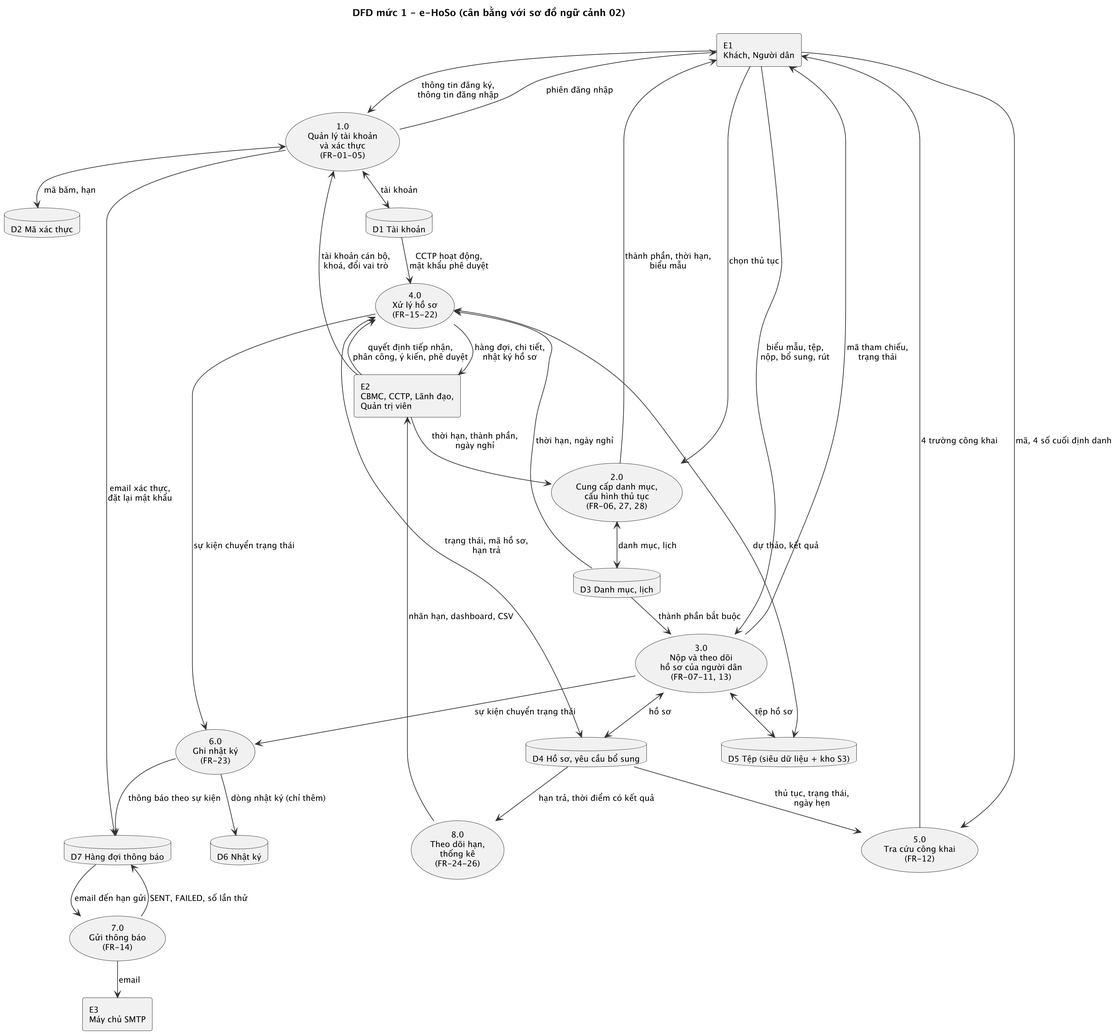
Before: docs/design/uml/14_dfd_muc1.png, a diagram exported from PlantUML (cachuabi/e-hoso). Its diagram source:
```plantuml
@startuml 14_dfd_muc1
!pragma layout smetana
skinparam shadowing false
skinparam dpi 192
skinparam monochrome true
skinparam defaultFontName "Liberation Sans"
skinparam defaultFontSize 12
skinparam roundCorner 6
skinparam ArrowColor #333333
skinparam BackgroundColor white
title DFD mức 1 - e-HoSo (cân bằng với sơ đồ ngữ cảnh 02)
rectangle "E1\nKhách, Người dân" as E1
rectangle "E2\nCBMC, CCTP, Lãnh đạo,\nQuản trị viên" as E2
rectangle "E3\nMáy chủ SMTP" as E3

usecase "1.0\nQuản lý tài khoản\nvà xác thực\n(FR-01-05)" as P1
usecase "2.0\nCung cấp danh mục,\ncấu hình thủ tục\n(FR-06, 27, 28)" as P2
usecase "3.0\nNộp và theo dõi\nhồ sơ của người dân\n(FR-07-11, 13)" as P3
usecase "4.0\nXử lý hồ sơ\n(FR-15-22)" as P4
usecase "5.0\nTra cứu công khai\n(FR-12)" as P5
usecase "6.0\nGhi nhật ký\n(FR-23)" as P6
usecase "7.0\nGửi thông báo\n(FR-14)" as P7
usecase "8.0\nTheo dõi hạn,\nthống kê\n(FR-24-26)" as P8

database "D1 Tài khoản" as D1
database "D2 Mã xác thực" as D2
database "D3 Danh mục, lịch" as D3
database "D4 Hồ sơ, yêu cầu bổ sung" as D4
database "D5 Tệp (siêu dữ liệu + kho S3)" as D5
database "D6 Nhật ký" as D6
database "D7 Hàng đợi thông báo" as D7

E1 --> P1 : thông tin đăng ký,\nthông tin đăng nhập
P1 --> E1 : phiên đăng nhập
E2 --> P1 : tài khoản cán bộ,\nkhoá, đổi vai trò
P1 <--> D1 : tài khoản
P1 <--> D2 : mã băm, hạn
P1 --> D7 : email xác thực,\nđặt lại mật khẩu

E1 --> P2 : chọn thủ tục
P2 --> E1 : thành phần, thời hạn,\nbiểu mẫu
E2 --> P2 : thời hạn, thành phần,\nngày nghỉ
P2 <--> D3 : danh mục, lịch

E1 --> P3 : biểu mẫu, tệp,\nnộp, bổ sung, rút
P3 --> E1 : mã tham chiếu,\ntrạng thái
D3 --> P3 : thành phần bắt buộc
P3 <--> D4 : hồ sơ
P3 <--> D5 : tệp hồ sơ
P3 --> P6 : sự kiện chuyển trạng thái

E2 --> P4 : quyết định tiếp nhận,\nphân công, ý kiến, phê duyệt
P4 --> E2 : hàng đợi, chi tiết,\nnhật ký hồ sơ
D3 --> P4 : thời hạn, ngày nghỉ
D1 --> P4 : CCTP hoạt động,\nmật khẩu phê duyệt
P4 <--> D4 : trạng thái, mã hồ sơ,\nhạn trả
P4 <--> D5 : dự thảo, kết quả
P4 --> P6 : sự kiện chuyển trạng thái

E1 --> P5 : mã, 4 số cuối định danh
D4 --> P5 : thủ tục, trạng thái,\nngày hẹn
P5 --> E1 : 4 trường công khai

P6 --> D6 : dòng nhật ký (chỉ thêm)
P6 --> D7 : thông báo theo sự kiện
D7 --> P7 : email đến hạn gửi
P7 --> D7 : SENT, FAILED, số lần thử
P7 --> E3 : email

D4 --> P8 : hạn trả, thời điểm có kết quả
P8 --> E2 : nhãn hạn, dashboard, CSV
@enduml
```
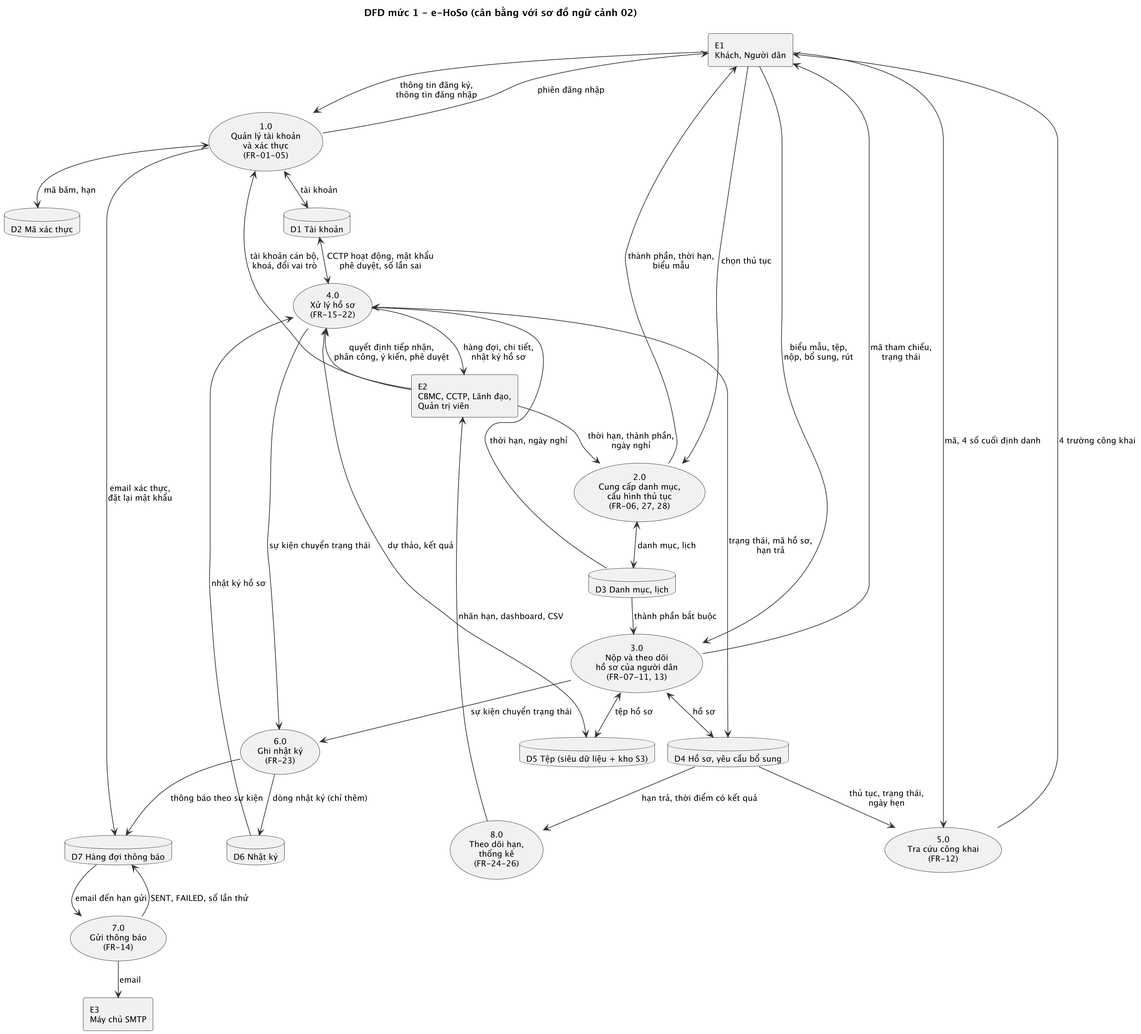
The same diagram one commit later.

Change to the diagram source:
```diff
@@ -52,10 +52,11 @@
 E2 --> P4 : quyết định tiếp nhận,\nphân công, ý kiến, phê duyệt
 P4 --> E2 : hàng đợi, chi tiết,\nnhật ký hồ sơ
 D3 --> P4 : thời hạn, ngày nghỉ
-D1 --> P4 : CCTP hoạt động,\nmật khẩu phê duyệt
+D1 <--> P4 : CCTP hoạt động, mật khẩu\nphê duyệt, số lần sai
 P4 <--> D4 : trạng thái, mã hồ sơ,\nhạn trả
 P4 <--> D5 : dự thảo, kết quả
 P4 --> P6 : sự kiện chuyển trạng thái
+D6 --> P4 : nhật ký hồ sơ
 
 E1 --> P5 : mã, 4 số cuối định danh
 D4 --> P5 : thủ tục, trạng thái,\nngày hẹn
```
